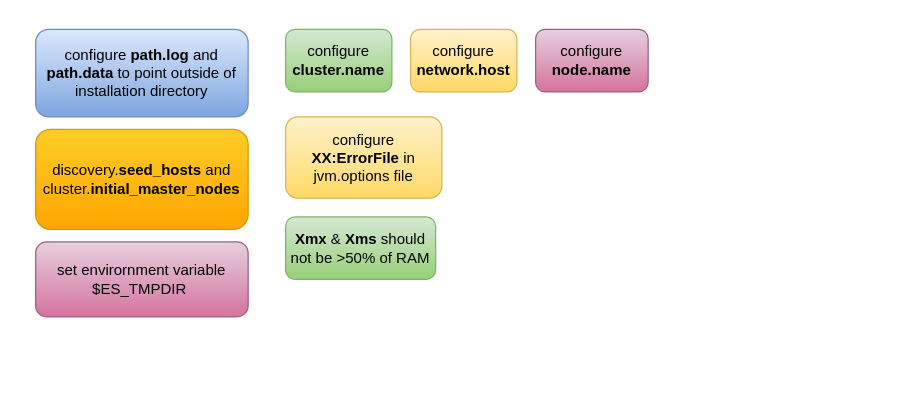
Earlier version of the draw.io diagram page "Prod ES settings" (6 of 9) of My Articles/elastic stack/ElasticSearch setup and configuration.drawio (paramothers/books). Source tidied: cells renumbered, new cells numbered last; positions are measured from the earlier drawing's top-left corner, leaving out a move shared by most shapes. Both pictures are drawn from the tidied source at 125%, with x=0, y=0 at pixel (35, 29).
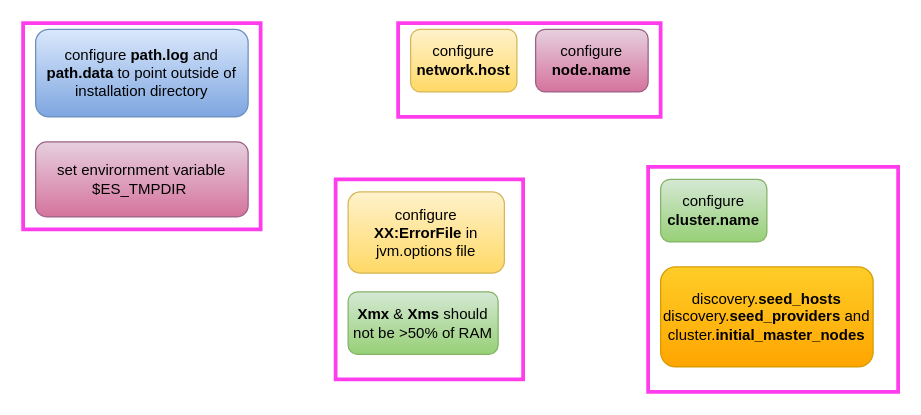
Above is the later version.

The edit, as a diff of the source:
```diff
@@
 <mxGraphModel>
   <root>
     <mxCell id="0" />
     <mxCell id="1" parent="0" />
+    <mxCell id="10" style="rounded=0;whiteSpace=wrap;html=1;labelBackgroundColor=none;strokeWidth=3;fillColor=none;fontSize=13;fontColor=#FF0000;strokeColor=#FF3DEC;" parent="1" vertex="1">
+      <mxGeometry x="490" y="110" width="200" height="180" as="geometry" />
+    </mxCell>
     <mxCell id="2" value="configure &lt;b&gt;path.log&lt;/b&gt; and &lt;b&gt;path.data&lt;/b&gt; to point outside of installation directory" style="rounded=1;whiteSpace=wrap;html=1;labelBackgroundColor=none;strokeColor=#6c8ebf;strokeWidth=1;fontSize=12;fillColor=#dae8fc;gradientColor=#7ea6e0;" parent="1" vertex="1">
       <mxGeometry width="170" height="70" as="geometry" />
     </mxCell>
     <mxCell id="3" value="configure &lt;br&gt;&lt;b&gt;cluster.name&lt;/b&gt;" style="rounded=1;whiteSpace=wrap;html=1;labelBackgroundColor=none;strokeColor=#82b366;strokeWidth=1;fontSize=12;fillColor=#d5e8d4;gradientColor=#97d077;" parent="1" vertex="1">
-      <mxGeometry x="200" width="85" height="50" as="geometry" />
+      <mxGeometry x="500" y="120" width="85" height="50" as="geometry" />
     </mxCell>
     <mxCell id="4" value="configure &lt;br&gt;&lt;b&gt;node.name&lt;/b&gt;" style="rounded=1;whiteSpace=wrap;html=1;labelBackgroundColor=none;strokeColor=#996185;strokeWidth=1;fontSize=12;fillColor=#e6d0de;gradientColor=#d5739d;" parent="1" vertex="1">
       <mxGeometry x="400" width="90" height="50" as="geometry" />
     </mxCell>
     <mxCell id="5" value="configure &lt;br&gt;&lt;b&gt;network.host&lt;/b&gt;" style="rounded=1;whiteSpace=wrap;html=1;labelBackgroundColor=none;strokeColor=#d6b656;strokeWidth=1;fontSize=12;fillColor=#fff2cc;gradientColor=#ffd966;" parent="1" vertex="1">
       <mxGeometry x="300" width="85" height="50" as="geometry" />
     </mxCell>
-    <mxCell id="6" value="discovery.&lt;b&gt;seed_hosts&lt;/b&gt; and cluster.&lt;b&gt;initial_master_nodes&lt;/b&gt;" style="rounded=1;whiteSpace=wrap;html=1;labelBackgroundColor=none;strokeColor=#d79b00;strokeWidth=1;fontSize=12;fillColor=#ffcd28;gradientColor=#ffa500;" parent="1" vertex="1">
-      <mxGeometry y="80" width="170" height="80" as="geometry" />
+    <mxCell id="6" value="discovery.&lt;b&gt;seed_hosts&lt;br&gt;&lt;/b&gt;discovery.&lt;b&gt;seed_providers&lt;/b&gt; and cluster.&lt;b&gt;initial_master_nodes&lt;/b&gt;" style="rounded=1;whiteSpace=wrap;html=1;labelBackgroundColor=none;strokeColor=#d79b00;strokeWidth=1;fontSize=12;fillColor=#ffcd28;gradientColor=#ffa500;" parent="1" vertex="1">
+      <mxGeometry x="500" y="190" width="170" height="80" as="geometry" />
     </mxCell>
     <mxCell id="7" value="&lt;b&gt;Xmx&lt;/b&gt; &amp;amp; &lt;b&gt;Xms&lt;/b&gt; should not be &amp;gt;50% of RAM" style="rounded=1;whiteSpace=wrap;html=1;labelBackgroundColor=none;strokeColor=#82b366;strokeWidth=1;fontSize=12;fillColor=#d5e8d4;gradientColor=#97d077;" parent="1" vertex="1">
-      <mxGeometry x="200" y="150" width="120" height="50" as="geometry" />
+      <mxGeometry x="250" y="210" width="120" height="50" as="geometry" />
     </mxCell>
     <mxCell id="8" value="set envirornment variable $ES_TMPDIR&amp;nbsp;" style="rounded=1;whiteSpace=wrap;html=1;labelBackgroundColor=none;strokeColor=#996185;strokeWidth=1;fontSize=12;fillColor=#e6d0de;gradientColor=#d5739d;" parent="1" vertex="1">
-      <mxGeometry y="170" width="170" height="60" as="geometry" />
+      <mxGeometry y="90" width="170" height="60" as="geometry" />
     </mxCell>
     <mxCell id="9" value="configure &lt;br&gt;&lt;b&gt;XX:ErrorFile &lt;/b&gt;in&lt;b&gt; &lt;/b&gt;jvm.options file" style="rounded=1;whiteSpace=wrap;html=1;labelBackgroundColor=none;strokeColor=#d6b656;strokeWidth=1;fontSize=12;fillColor=#fff2cc;gradientColor=#ffd966;" parent="1" vertex="1">
-      <mxGeometry x="200" y="70" width="125" height="65" as="geometry" />
+      <mxGeometry x="250" y="130" width="125" height="65" as="geometry" />
     </mxCell>
+    <mxCell id="11" style="rounded=0;whiteSpace=wrap;html=1;labelBackgroundColor=none;strokeColor=#FF3DEC;strokeWidth=3;fillColor=none;fontSize=13;fontColor=#FF0000;" parent="1" vertex="1">
+      <mxGeometry x="240" y="120" width="150" height="160" as="geometry" />
+    </mxCell>
+    <mxCell id="12" style="rounded=0;whiteSpace=wrap;html=1;labelBackgroundColor=none;strokeColor=#FF3DEC;strokeWidth=3;fillColor=none;fontSize=13;fontColor=#FF0000;" parent="1" vertex="1">
+      <mxGeometry x="-10" y="-5" width="190" height="165" as="geometry" />
+    </mxCell>
+    <mxCell id="13" style="rounded=0;whiteSpace=wrap;html=1;labelBackgroundColor=none;strokeColor=#FF3DEC;strokeWidth=3;fillColor=none;fontSize=13;fontColor=#FF0000;" parent="1" vertex="1">
+      <mxGeometry x="290" y="-5" width="210" height="75" as="geometry" />
+    </mxCell>
   </root>
 </mxGraphModel>
```
